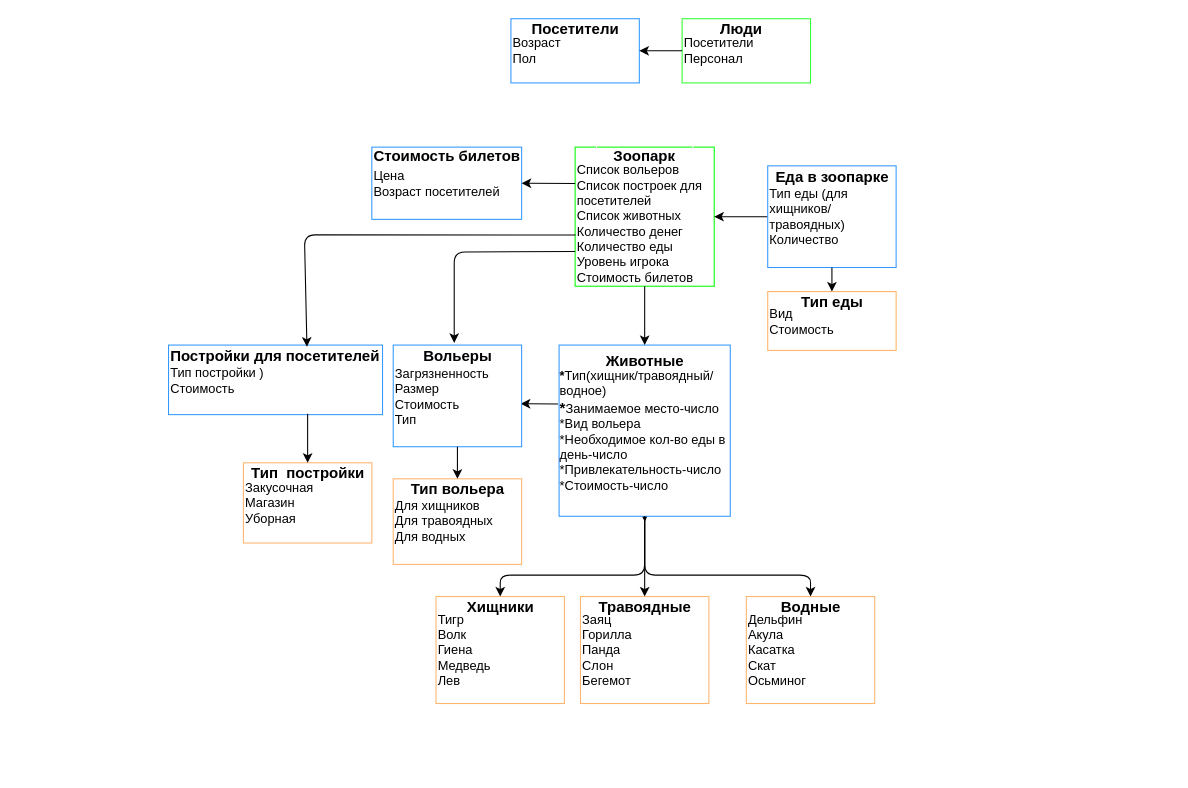
The draw.io diagram Untitled Diagram.drawio in Michail420/a_plus_b, before the edit. Source tidied: cells renumbered, new cells numbered last; positions are measured from the earlier drawing's top-left corner, leaving out a move shared by most shapes. Both pictures are drawn from the tidied source at 107%, with x=0, y=0 at pixel (168, 18).
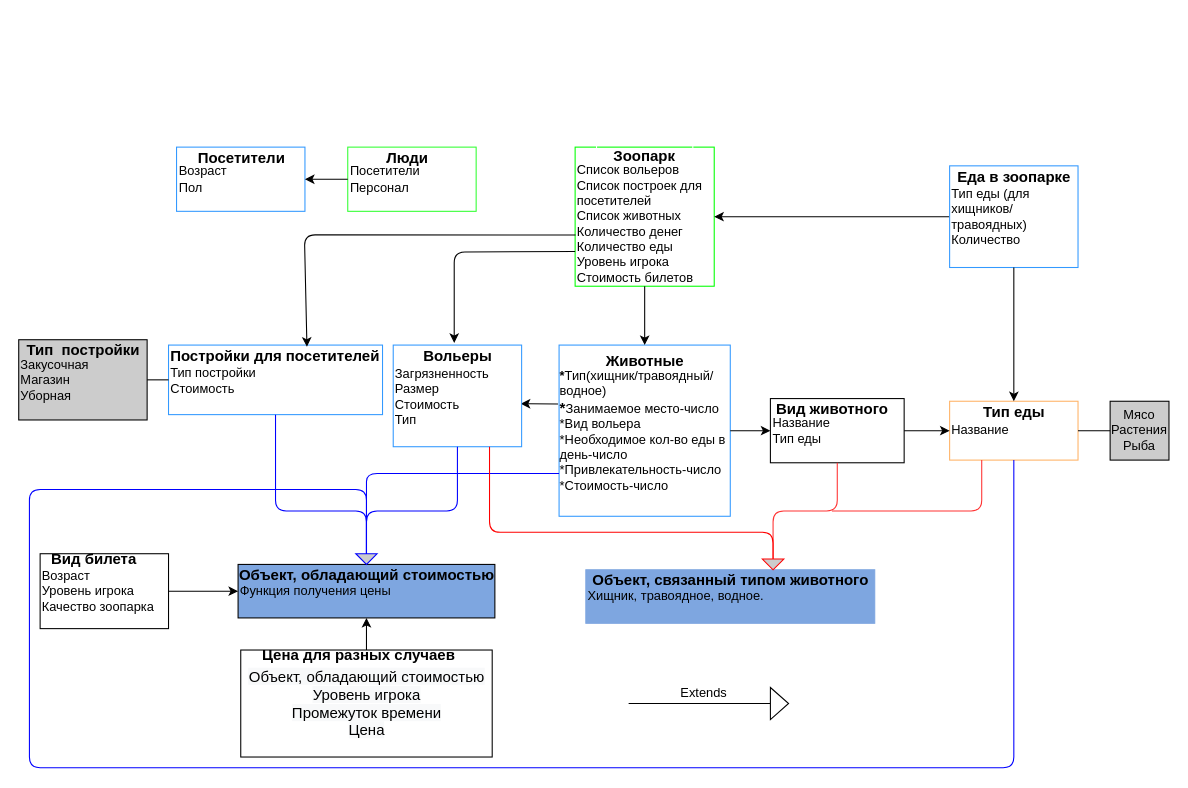
Above is the later version.

The change refers to these unchanged cells:
```xml
<mxCell id="3" value="&lt;div style=&quot;text-align: left&quot;&gt;&lt;b&gt;*&lt;/b&gt;&lt;span&gt;Тип(хищник/травоядный/водное)&lt;/span&gt;&lt;br&gt;&lt;/div&gt;&lt;div style=&quot;text-align: left&quot;&gt;&lt;span&gt;&lt;b&gt;&lt;font style=&quot;font-size: 14px&quot;&gt;*&lt;/font&gt;&lt;/b&gt;Занимаемое место-число&lt;/span&gt;&lt;/div&gt;&lt;div style=&quot;text-align: left&quot;&gt;&lt;span&gt;*Вид вольера&lt;/span&gt;&lt;/div&gt;&lt;div style=&quot;text-align: left&quot;&gt;&lt;span&gt;*Необходимое кол-во еды в день-число&lt;/span&gt;&lt;/div&gt;&lt;div style=&quot;text-align: left&quot;&gt;&lt;span&gt;*Привлекательность-число&lt;/span&gt;&lt;/div&gt;&lt;div style=&quot;text-align: left&quot;&gt;&lt;span&gt;*Стоимость-число&lt;/span&gt;&lt;/div&gt;" style="whiteSpace=wrap;html=1;shadow=0;strokeColor=#3399FF;" parent="1" vertex="1">
  <mxGeometry x="365" y="305" width="160" height="160" as="geometry" />
</mxCell>
<mxCell id="17" value="Загрязненность&lt;br&gt;Размер&lt;br&gt;Стоимость&lt;br&gt;Тип&amp;nbsp;" style="rounded=0;whiteSpace=wrap;html=1;strokeColor=#3399FF;align=left;" parent="1" vertex="1">
  <mxGeometry x="210" y="305" width="120" height="95" as="geometry" />
</mxCell>
```

What changed in the source:
```diff
@@
-    <mxCell id="2" style="edgeStyle=orthogonalEdgeStyle;rounded=0;jettySize=auto;html=1;exitX=0.5;exitY=1;exitDx=0;exitDy=0;" parent="1" edge="1" source="3">
-      <mxGeometry relative="1" as="geometry">
-        <mxPoint x="445.2" y="470" as="targetPoint" />
-      </mxGeometry>
-    </mxCell>
@@
-    <mxCell id="4" value="Тигр&lt;br&gt;Волк&lt;br&gt;Гиена&lt;br&gt;Медведь&lt;br&gt;Лев" style="rounded=0;whiteSpace=wrap;html=1;strokeColor=#FFB570;align=left;" parent="1" vertex="1">
-      <mxGeometry x="250" y="540" width="120" height="100" as="geometry" />
-    </mxCell>
-    <mxCell id="5" value="&lt;div&gt;&lt;span&gt;Заяц&lt;/span&gt;&lt;/div&gt;&lt;div&gt;&lt;span&gt;Горилла&lt;/span&gt;&lt;/div&gt;&lt;div&gt;&lt;span&gt;Панда&lt;/span&gt;&lt;/div&gt;&lt;div&gt;&lt;span&gt;Слон&lt;/span&gt;&lt;/div&gt;&lt;div&gt;&lt;span&gt;Бегемот&lt;/span&gt;&lt;/div&gt;" style="rounded=0;whiteSpace=wrap;html=1;strokeColor=#FFB570;align=left;" parent="1" vertex="1">
-      <mxGeometry x="385" y="540" width="120" height="100" as="geometry" />
-    </mxCell>
-    <mxCell id="6" value="Дельфин&lt;br&gt;Акула&lt;br&gt;Касатка&lt;br&gt;Скат&lt;br&gt;Осьминог" style="rounded=0;whiteSpace=wrap;html=1;strokeColor=#FFB570;align=left;" parent="1" vertex="1">
-      <mxGeometry x="540" y="540" width="120" height="100" as="geometry" />
-    </mxCell>
-    <mxCell id="7" style="endArrow=classic;html=1;entryX=0.5;entryY=0;entryDx=0;entryDy=0;exitX=0.5;exitY=1;exitDx=0;exitDy=0;" parent="1" edge="1" source="3" target="4">
-      <mxGeometry relative="1" as="geometry">
-        <Array as="points">
-          <mxPoint x="445" y="480" />
-          <mxPoint x="445" y="520" />
-          <mxPoint x="310" y="520" />
-        </Array>
-      </mxGeometry>
-    </mxCell>
-    <mxCell id="8" style="endArrow=classic;html=1;entryX=0.5;entryY=0;entryDx=0;entryDy=0;exitX=0.5;exitY=1;exitDx=0;exitDy=0;" parent="1" edge="1" source="3" target="5">
+    <mxCell id="8" style="endArrow=classic;html=1;entryX=0;entryY=0.5;entryDx=0;entryDy=0;exitX=1;exitY=0.5;exitDx=0;exitDy=0;" parent="1" edge="1" source="3" target="49">
       <mxGeometry relative="1" as="geometry" />
     </mxCell>
-    <mxCell id="9" style="endArrow=classic;html=1;entryX=0.5;entryY=0;entryDx=0;entryDy=0;exitX=0.5;exitY=1;exitDx=0;exitDy=0;" parent="1" edge="1" source="3" target="6">
-      <mxGeometry relative="1" as="geometry">
-        <Array as="points">
-          <mxPoint x="445" y="480" />
-          <mxPoint x="445" y="520" />
-          <mxPoint x="600" y="520" />
-        </Array>
-      </mxGeometry>
-    </mxCell>
@@
     <mxCell id="14" value="Тип еды (для хищников/травоядных)&lt;br&gt;Количество" style="rounded=0;whiteSpace=wrap;html=1;align=left;strokeColor=#3399FF;" parent="1" vertex="1">
-      <mxGeometry x="560" y="137.5" width="120" height="95" as="geometry" />
+      <mxGeometry x="730" y="137.5" width="120" height="95" as="geometry" />
     </mxCell>
-    <mxCell id="15" value="Цена&lt;br&gt;Возраст посетителей" style="rounded=0;whiteSpace=wrap;html=1;align=left;strokeColor=#3399FF;" parent="1" vertex="1">
-      <mxGeometry x="190" y="120" width="140" height="67.5" as="geometry" />
-    </mxCell>
-    <mxCell id="16" value="&lt;div&gt;&lt;span&gt;Тип постройки )&lt;/span&gt;&lt;/div&gt;&lt;div&gt;&lt;span&gt;Стоимость&lt;/span&gt;&lt;/div&gt;" style="rounded=0;whiteSpace=wrap;html=1;strokeColor=#3399FF;align=left;" parent="1" vertex="1">
+    <mxCell id="16" value="&lt;div&gt;&lt;span&gt;Тип постройки&amp;nbsp;&lt;/span&gt;&lt;/div&gt;&lt;div&gt;&lt;span&gt;Стоимость&lt;/span&gt;&lt;/div&gt;" style="rounded=0;whiteSpace=wrap;html=1;strokeColor=#3399FF;align=left;" parent="1" vertex="1">
       <mxGeometry y="305" width="200" height="65" as="geometry" />
     </mxCell>
@@
-    <mxCell id="18" style="endArrow=classic;html=1;entryX=1;entryY=0.5;entryDx=0;entryDy=0;" parent="1" edge="1" target="15">
-      <mxGeometry relative="1" as="geometry">
-        <mxPoint x="380" y="154" as="sourcePoint" />
-      </mxGeometry>
-    </mxCell>
@@
     <mxCell id="21" value="Возраст&lt;br&gt;Пол" style="rounded=0;whiteSpace=wrap;html=1;strokeColor=#3399FF;align=left;" parent="1" vertex="1">
-      <mxGeometry x="320" width="120" height="60" as="geometry" />
+      <mxGeometry x="7.5" y="120" width="120" height="60" as="geometry" />
     </mxCell>
     <mxCell id="22" value="Посетители&amp;nbsp;&lt;br&gt;Персонал" style="rounded=0;whiteSpace=wrap;html=1;shadow=0;strokeColor=#33FF33;align=left;" parent="1" vertex="1">
-      <mxGeometry x="480" width="120" height="60" as="geometry" />
+      <mxGeometry x="167.5" y="120" width="120" height="60" as="geometry" />
     </mxCell>
@@
     <mxCell id="25" value="&lt;font style=&quot;font-size: 14px&quot;&gt;&lt;b&gt;Еда в зоопарке&lt;/b&gt;&lt;/font&gt;" style="text;html=1;align=center;verticalAlign=middle;" parent="1" vertex="1">
-      <mxGeometry x="560" y="137.5" width="120" height="20" as="geometry" />
+      <mxGeometry x="730" y="137.5" width="120" height="20" as="geometry" />
     </mxCell>
-    <mxCell id="26" value="&lt;div&gt;&lt;div&gt;&lt;span&gt;Вид&lt;/span&gt;&lt;/div&gt;&lt;span&gt;&lt;div&gt;&lt;span&gt;Стоимость&lt;/span&gt;&lt;/div&gt;&lt;/span&gt;&lt;/div&gt;" style="rounded=0;whiteSpace=wrap;html=1;strokeColor=#FFB366;align=left;" parent="1" vertex="1">
-      <mxGeometry x="560" y="255" width="120" height="55" as="geometry" />
+    <mxCell id="26" value="&lt;div&gt;&lt;div&gt;Название&lt;/div&gt;&lt;/div&gt;" style="rounded=0;whiteSpace=wrap;html=1;strokeColor=#FFB366;align=left;" parent="1" vertex="1">
+      <mxGeometry x="730" y="357.5" width="120" height="55" as="geometry" />
     </mxCell>
@@
     <mxCell id="28" value="&lt;font style=&quot;font-size: 14px&quot;&gt;&lt;b&gt;Тип еды&lt;/b&gt;&lt;/font&gt;" style="text;html=1;align=center;verticalAlign=middle;" parent="1" vertex="1">
-      <mxGeometry x="585" y="255" width="70" height="20" as="geometry" />
+      <mxGeometry x="755" y="357.5" width="70" height="20" as="geometry" />
     </mxCell>
-    <mxCell id="29" value="&lt;font style=&quot;font-size: 14px&quot;&gt;&lt;b&gt;Стоимость билетов&lt;/b&gt;&lt;/font&gt;" style="text;html=1;align=center;verticalAlign=middle;" parent="1" vertex="1">
-      <mxGeometry x="185" y="117.5" width="150" height="20" as="geometry" />
-    </mxCell>
@@
     <mxCell id="34" value="&lt;b&gt;&lt;font style=&quot;font-size: 14px&quot;&gt;Люди&lt;/font&gt;&lt;/b&gt;" style="text;html=1;align=center;verticalAlign=middle;" parent="1" vertex="1">
-      <mxGeometry x="510" width="50" height="20" as="geometry" />
+      <mxGeometry x="197.5" y="120" width="50" height="20" as="geometry" />
     </mxCell>
     <mxCell id="35" value="&lt;font style=&quot;font-size: 14px&quot;&gt;&lt;b&gt;Посетители&lt;/b&gt;&lt;/font&gt;" style="text;html=1;align=center;verticalAlign=middle;" parent="1" vertex="1">
-      <mxGeometry x="330" width="100" height="20" as="geometry" />
+      <mxGeometry x="17.5" y="120" width="100" height="20" as="geometry" />
     </mxCell>
-    <mxCell id="36" value="&lt;font style=&quot;font-size: 14px&quot;&gt;&lt;b&gt;Хищники&lt;/b&gt;&lt;/font&gt;" style="text;html=1;align=center;verticalAlign=middle;" parent="1" vertex="1">
-      <mxGeometry x="270" y="540" width="80" height="20" as="geometry" />
-    </mxCell>
-    <mxCell id="37" value="&lt;font style=&quot;font-size: 14px&quot;&gt;&lt;b&gt;Травоядные&lt;/b&gt;&lt;/font&gt;" style="text;html=1;align=center;verticalAlign=middle;" parent="1" vertex="1">
-      <mxGeometry x="395" y="540" width="100" height="20" as="geometry" />
-    </mxCell>
-    <mxCell id="38" value="&lt;font style=&quot;font-size: 14px&quot;&gt;&lt;b&gt;Водные&lt;/b&gt;&lt;/font&gt;" style="text;html=1;align=center;verticalAlign=middle;" parent="1" vertex="1">
-      <mxGeometry x="565" y="540" width="70" height="20" as="geometry" />
-    </mxCell>
-    <mxCell id="39" value="&lt;div&gt;&lt;span&gt;Для хищников&lt;/span&gt;&lt;/div&gt;&lt;div&gt;&lt;span&gt;Для травоядных&lt;/span&gt;&lt;/div&gt;&lt;div&gt;&lt;span&gt;Для водных&lt;/span&gt;&lt;/div&gt;" style="rounded=0;whiteSpace=wrap;html=1;shadow=0;strokeColor=#FFB570;fillColor=#FFFFFF;align=left;" parent="1" vertex="1">
-      <mxGeometry x="210" y="430" width="120" height="80" as="geometry" />
-    </mxCell>
-    <mxCell id="40" value="&lt;div&gt;&lt;span&gt;Закусочная&lt;/span&gt;&lt;/div&gt;&lt;div&gt;&lt;span&gt;Магазин&lt;/span&gt;&lt;/div&gt;&lt;div&gt;&lt;span&gt;Уборная&lt;/span&gt;&lt;/div&gt;" style="rounded=0;whiteSpace=wrap;html=1;shadow=0;strokeColor=#FFB570;fillColor=#FFFFFF;align=left;" parent="1" vertex="1">
-      <mxGeometry x="70" y="415" width="120" height="75" as="geometry" />
+    <mxCell id="40" value="&lt;div&gt;&lt;span&gt;Закусочная&lt;/span&gt;&lt;/div&gt;&lt;div&gt;&lt;span&gt;Магазин&lt;/span&gt;&lt;/div&gt;&lt;div&gt;&lt;span&gt;Уборная&lt;/span&gt;&lt;/div&gt;" style="rounded=0;whiteSpace=wrap;html=1;shadow=0;strokeColor=#000000;fillColor=#CCCCCC;align=left;" parent="1" vertex="1">
+      <mxGeometry x="-140" y="300" width="120" height="75" as="geometry" />
     </mxCell>
+    <mxCell id="42" value="&lt;font style=&quot;font-size: 14px&quot;&gt;&lt;b&gt;Тип&amp;nbsp; постройки&lt;/b&gt;&lt;/font&gt;" style="text;html=1;align=center;verticalAlign=middle;shadow=0;" parent="1" vertex="1">
+      <mxGeometry x="-140" y="300" width="120" height="20" as="geometry" />
+    </mxCell>
+    <mxCell id="45" value="Функция получения цены" style="rounded=0;whiteSpace=wrap;html=1;align=left;fillColor=#7EA6E0;" parent="1" vertex="1">
+      <mxGeometry x="65" y="510" width="240" height="50" as="geometry" />
+    </mxCell>
+    <mxCell id="46" value="Хищник, травоядное, водное.&amp;nbsp;" style="rounded=0;whiteSpace=wrap;html=1;align=left;fillColor=#7EA6E0;strokeColor=#7EA6E0;" parent="1" vertex="1">
+      <mxGeometry x="390" y="515" width="270" height="50" as="geometry" />
+    </mxCell>
+    <mxCell id="47" value="&lt;font style=&quot;font-size: 14px&quot;&gt;&lt;b&gt;Объект, обладающий стоимостью&lt;/b&gt;&lt;/font&gt;" style="text;html=1;align=center;verticalAlign=middle;" parent="1" vertex="1">
+      <mxGeometry x="60" y="510" width="250" height="20" as="geometry" />
+    </mxCell>
+    <mxCell id="48" value="&lt;font&gt;&lt;b style=&quot;font-size: 14px&quot;&gt;Объект, &lt;/b&gt;&lt;span style=&quot;font-size: 14px&quot;&gt;&lt;b&gt;связанный&lt;/b&gt;&lt;/span&gt;&lt;b style=&quot;font-size: 14px&quot;&gt;&amp;nbsp;типом животного&lt;/b&gt;&lt;/font&gt;" style="text;html=1;align=center;verticalAlign=middle;" parent="1" vertex="1">
+      <mxGeometry x="390" y="515" width="270" height="20" as="geometry" />
+    </mxCell>
+    <mxCell id="49" value="Название&amp;nbsp;&lt;br&gt;&lt;div&gt;&lt;span&gt;Тип еды&lt;/span&gt;&lt;/div&gt;" style="rounded=0;whiteSpace=wrap;html=1;align=left;" parent="1" vertex="1">
+      <mxGeometry x="562.5" y="355" width="125" height="60" as="geometry" />
+    </mxCell>
+    <mxCell id="50" value="&lt;font style=&quot;font-size: 14px&quot;&gt;&lt;b&gt;Вид животного&lt;/b&gt;&lt;/font&gt;" style="text;html=1;align=center;verticalAlign=middle;" parent="1" vertex="1">
+      <mxGeometry x="560" y="355" width="120" height="20" as="geometry" />
+    </mxCell>
+    <mxCell id="51" value="Мясо&lt;br&gt;Растения&lt;br&gt;Рыба" style="whiteSpace=wrap;html=1;fillColor=#CCCCCC;" parent="1" vertex="1">
+      <mxGeometry x="880" y="357.5" width="55" height="55" as="geometry" />
+    </mxCell>
+    <mxCell id="52" style="endArrow=none;html=1;entryX=0;entryY=0.5;entryDx=0;entryDy=0;exitX=1;exitY=0.5;exitDx=0;exitDy=0;" parent="1" edge="1" source="26" target="51">
+      <mxGeometry relative="1" as="geometry" />
+    </mxCell>
+    <mxCell id="53" style="endArrow=classic;html=1;entryX=0;entryY=0.5;entryDx=0;entryDy=0;exitX=1;exitY=0.5;exitDx=0;exitDy=0;" parent="1" edge="1" source="49" target="26">
+      <mxGeometry relative="1" as="geometry" />
+    </mxCell>
+    <mxCell id="54" value="Возраст&lt;br&gt;Уровень игрока&lt;br&gt;Качество зоопарка" style="rounded=0;whiteSpace=wrap;html=1;shadow=0;strokeColor=#000000;align=left;" parent="1" vertex="1">
+      <mxGeometry x="-120" y="500" width="120" height="70" as="geometry" />
+    </mxCell>
+    <mxCell id="55" value="&lt;span style=&quot;color: rgb(0 , 0 , 0) ; font-family: &amp;#34;helvetica&amp;#34; ; font-size: 14px ; font-style: normal ; letter-spacing: normal ; text-align: center ; text-indent: 0px ; text-transform: none ; word-spacing: 0px ; background-color: rgb(248 , 249 , 250)&quot;&gt;Объект, обладающий стоимостью&lt;br&gt;Уровень игрока&lt;br&gt;Промежуток времени&lt;br&gt;Цена&lt;br&gt;&lt;/span&gt;" style="rounded=0;whiteSpace=wrap;html=1;shadow=0;strokeColor=#000000;" parent="1" vertex="1">
+      <mxGeometry x="67.5" y="590" width="235" height="100" as="geometry" />
+    </mxCell>
+    <mxCell id="56" value="&lt;font style=&quot;font-size: 14px&quot;&gt;&lt;b&gt;Вид билета&lt;/b&gt;&lt;/font&gt;" style="text;html=1;align=center;verticalAlign=middle;" parent="1" vertex="1">
+      <mxGeometry x="-120" y="495" width="100" height="20" as="geometry" />
+    </mxCell>
+    <mxCell id="57" value="&lt;font style=&quot;font-size: 14px&quot;&gt;&lt;b&gt;Цена для разных случаев&lt;/b&gt;&lt;/font&gt;" style="text;html=1;strokeColor=none;fillColor=none;align=center;verticalAlign=middle;whiteSpace=wrap;rounded=0;shadow=0;" parent="1" vertex="1">
+      <mxGeometry x="67.5" y="590" width="220" height="10" as="geometry" />
+    </mxCell>
+    <mxCell id="58" style="endArrow=classic;html=1;exitX=0.5;exitY=0;exitDx=0;exitDy=0;" parent="1" edge="1" source="55">
+      <mxGeometry relative="1" as="geometry">
+        <mxPoint x="185" y="560" as="targetPoint" />
+      </mxGeometry>
+    </mxCell>
+    <mxCell id="59" style="endArrow=classic;html=1;entryX=0;entryY=0.5;entryDx=0;entryDy=0;exitX=1;exitY=0.5;exitDx=0;exitDy=0;" parent="1" edge="1" source="54" target="45">
+      <mxGeometry relative="1" as="geometry" />
+    </mxCell>
+    <mxCell id="60" style="endArrow=none;html=1;exitX=0.5;exitY=1;exitDx=0;exitDy=0;entryX=0;entryY=0.5;entryDx=0;entryDy=0;strokeColor=#0000FF;" parent="1" edge="1" source="16" target="62">
+      <mxGeometry relative="1" as="geometry">
+        <Array as="points">
+          <mxPoint x="100" y="460" />
+          <mxPoint x="185" y="460" />
+        </Array>
+      </mxGeometry>
+    </mxCell>
+    <mxCell id="61" style="triangle;whiteSpace=wrap;html=1;shadow=0;strokeColor=#FF0000;fillColor=#CCCCCC;rotation=90;" parent="1" vertex="1">
+      <mxGeometry x="560" y="500" width="10" height="20" as="geometry" />
+    </mxCell>
+    <mxCell id="62" style="triangle;whiteSpace=wrap;html=1;shadow=0;strokeColor=#0000FF;fillColor=#CCCCCC;rotation=90;" parent="1" vertex="1">
+      <mxGeometry x="180" y="495" width="10" height="20" as="geometry" />
+    </mxCell>
+    <mxCell id="63" style="endArrow=none;html=1;entryX=0.5;entryY=1;entryDx=0;entryDy=0;exitX=0;exitY=0.5;exitDx=0;exitDy=0;strokeColor=#0000FF;" parent="1" edge="1" source="62" target="17">
+      <mxGeometry relative="1" as="geometry">
+        <Array as="points">
+          <mxPoint x="185" y="460" />
+          <mxPoint x="270" y="460" />
+        </Array>
+      </mxGeometry>
+    </mxCell>
+    <mxCell id="64" style="endArrow=none;html=1;entryX=0;entryY=0.75;entryDx=0;entryDy=0;exitX=0;exitY=0.5;exitDx=0;exitDy=0;strokeColor=#0000FF;" parent="1" edge="1" source="62" target="3">
+      <mxGeometry relative="1" as="geometry">
+        <Array as="points">
+          <mxPoint x="185" y="450" />
+          <mxPoint x="185" y="425" />
+        </Array>
+      </mxGeometry>
+    </mxCell>
+    <mxCell id="65" style="endArrow=none;html=1;entryX=0.5;entryY=1;entryDx=0;entryDy=0;exitX=0;exitY=0.5;exitDx=0;exitDy=0;strokeColor=#0000FF;" parent="1" edge="1" source="62" target="26">
+      <mxGeometry relative="1" as="geometry">
+        <Array as="points">
+          <mxPoint x="185" y="440" />
+          <mxPoint x="-130" y="440" />
+          <mxPoint x="-130" y="700" />
+          <mxPoint x="790" y="700" />
+        </Array>
+      </mxGeometry>
+    </mxCell>
+    <mxCell id="66" style="endArrow=none;html=1;entryX=0.5;entryY=1;entryDx=0;entryDy=0;exitX=0;exitY=0.5;exitDx=0;exitDy=0;strokeColor=#FF3333;" parent="1" edge="1" source="61" target="49">
+      <mxGeometry relative="1" as="geometry">
+        <Array as="points">
+          <mxPoint x="565" y="460" />
+          <mxPoint x="625" y="460" />
+        </Array>
+      </mxGeometry>
+    </mxCell>
+    <mxCell id="67" style="endArrow=none;html=1;entryX=0.25;entryY=1;entryDx=0;entryDy=0;fillColor=#CC0000;strokeColor=#FF3333;" parent="1" edge="1" target="26">
+      <mxGeometry relative="1" as="geometry">
+        <mxPoint x="620" y="460" as="sourcePoint" />
+        <Array as="points">
+          <mxPoint x="760" y="460" />
+        </Array>
+      </mxGeometry>
+    </mxCell>
+    <mxCell id="68" style="endArrow=none;html=1;entryX=0.75;entryY=1;entryDx=0;entryDy=0;exitX=0;exitY=0.5;exitDx=0;exitDy=0;fillColor=#FF0000;strokeColor=#FF0000;" parent="1" edge="1" source="61" target="17">
+      <mxGeometry relative="1" as="geometry">
+        <Array as="points">
+          <mxPoint x="565" y="480" />
+          <mxPoint x="300" y="480" />
+        </Array>
+      </mxGeometry>
+    </mxCell>
-    <mxCell id="41" style="endArrow=classic;html=1;entryX=0.5;entryY=0;entryDx=0;entryDy=0;exitX=0.65;exitY=0.988;exitDx=0;exitDy=0;exitPerimeter=0;" parent="1" edge="1" source="16" target="40">
+    <mxCell id="41" style="endArrow=none;html=1;strokeColor=#000000;fillColor=#CC0000;entryX=1;entryY=0.5;entryDx=0;entryDy=0;exitX=0;exitY=0.5;exitDx=0;exitDy=0;" parent="1" edge="1" source="16" target="40">
       <mxGeometry relative="1" as="geometry" />
     </mxCell>
-    <mxCell id="42" value="&lt;font style=&quot;font-size: 14px&quot;&gt;&lt;b&gt;Тип&amp;nbsp; постройки&lt;/b&gt;&lt;/font&gt;" style="text;html=1;align=center;verticalAlign=middle;" parent="1" vertex="1">
-      <mxGeometry x="70" y="415" width="120" height="20" as="geometry" />
-    </mxCell>
-    <mxCell id="43" style="endArrow=classic;html=1;entryX=0.5;entryY=0;entryDx=0;entryDy=0;exitX=0.5;exitY=1;exitDx=0;exitDy=0;" parent="1" edge="1" source="17" target="39">
-      <mxGeometry relative="1" as="geometry" />
-    </mxCell>
-    <mxCell id="44" value="&lt;font style=&quot;font-size: 14px&quot;&gt;&lt;b&gt;Тип вольера&lt;/b&gt;&lt;/font&gt;" style="text;html=1;align=center;verticalAlign=middle;" parent="1" vertex="1">
-      <mxGeometry x="220" y="430" width="100" height="20" as="geometry" />
-    </mxCell>
+    <mxCell id="69" style="endArrow=none;html=1;strokeColor=#000000;fillColor=#CC0000;" parent="1" edge="1" target="70">
+      <mxGeometry relative="1" as="geometry">
+        <mxPoint x="430" y="640" as="sourcePoint" />
+        <Array as="points">
+          <mxPoint x="470" y="640" />
+        </Array>
+      </mxGeometry>
+    </mxCell>
+    <mxCell id="70" style="triangle;whiteSpace=wrap;html=1;shadow=0;strokeColor=#000000;fillColor=#FFFFFF;" parent="1" vertex="1">
+      <mxGeometry x="562.5" y="625" width="17" height="30" as="geometry" />
+    </mxCell>
+    <mxCell id="71" value="Extends" style="text;html=1;align=center;verticalAlign=middle;" parent="1" vertex="1">
+      <mxGeometry x="470" y="620" width="60" height="20" as="geometry" />
+    </mxCell>
```
